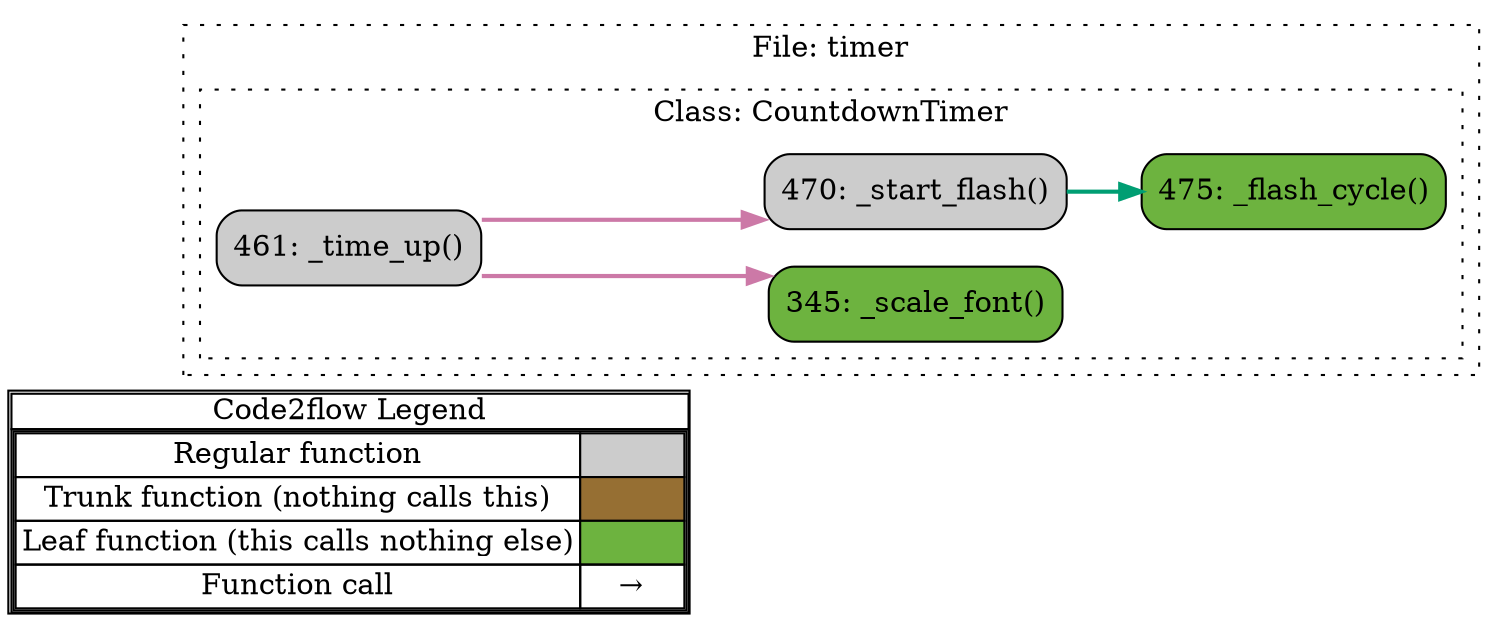
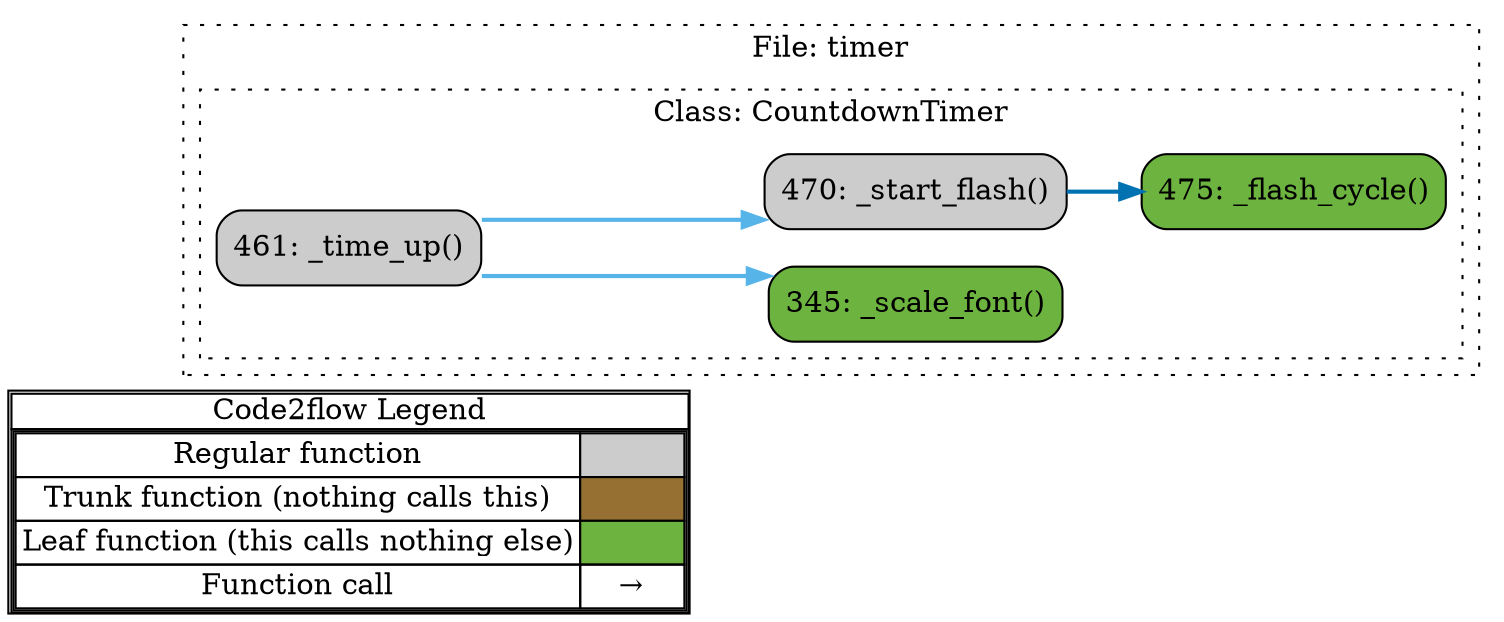
digraph G {
concentrate=true;
splines="ortho";
rankdir="LR";
subgraph legend{
    rank = min;
    label = "legend";
    Legend [shape=none, margin=0, label = <
        <table cellspacing="0" cellpadding="0" border="1"><tr><td>Code2flow Legend</td></tr><tr><td>
        <table cellspacing="0">
        <tr><td>Regular function</td><td width="50px" bgcolor='#cccccc'></td></tr>
        <tr><td>Trunk function (nothing calls this)</td><td bgcolor='#966F33'></td></tr>
        <tr><td>Leaf function (this calls nothing else)</td><td bgcolor='#6db33f'></td></tr>
        <tr><td>Function call</td><td><font color='black'>&#8594;</font></td></tr>
        </table></td></tr></table>
        >];
- }node_ce07c7a2 [label="475: _flash_cycle()" name="timer::CountdownTimer._flash_cycle" shape="rect" style="rounded,filled" fillcolor="#6db33f" ];
- node_207e25da [label="345: _scale_font()" name="timer::CountdownTimer._scale_font" shape="rect" style="rounded,filled" fillcolor="#6db33f" ];
- node_a9361e63 [label="470: _start_flash()" name="timer::CountdownTimer._start_flash" shape="rect" style="rounded,filled" fillcolor="#cccccc" ];
- node_01496c17 [label="461: _time_up()" name="timer::CountdownTimer._time_up" shape="rect" style="rounded,filled" fillcolor="#cccccc" ];
- node_a9361e63 -> node_ce07c7a2 [color="#009E73" penwidth="2"];
- node_01496c17 -> node_207e25da [color="#CC79A7" penwidth="2"];
- node_01496c17 -> node_a9361e63 [color="#CC79A7" penwidth="2"];
- subgraph cluster_a6ef0c47 {
+ }node_c4a5cb5f [label="475: _flash_cycle()" name="timer::CountdownTimer._flash_cycle" shape="rect" style="rounded,filled" fillcolor="#6db33f" ];
+ node_431e5995 [label="345: _scale_font()" name="timer::CountdownTimer._scale_font" shape="rect" style="rounded,filled" fillcolor="#6db33f" ];
+ node_86e3c74d [label="470: _start_flash()" name="timer::CountdownTimer._start_flash" shape="rect" style="rounded,filled" fillcolor="#cccccc" ];
+ node_6fa62402 [label="461: _time_up()" name="timer::CountdownTimer._time_up" shape="rect" style="rounded,filled" fillcolor="#cccccc" ];
+ node_86e3c74d -> node_c4a5cb5f [color="#0072B2" penwidth="2"];
+ node_6fa62402 -> node_431e5995 [color="#56B4E9" penwidth="2"];
+ node_6fa62402 -> node_86e3c74d [color="#56B4E9" penwidth="2"];
+ subgraph cluster_4ca73133 {
    label="File: timer";
    name="timer";
    style="filled";
    graph[style=dotted];
-     subgraph cluster_0dde1975 {
-         node_207e25da node_01496c17 node_a9361e63 node_ce07c7a2;
+     subgraph cluster_850518c4 {
+         node_431e5995 node_6fa62402 node_86e3c74d node_c4a5cb5f;
        label="Class: CountdownTimer";
        name="CountdownTimer";
        style="filled";
        graph[style=dotted];
    };
};
}
